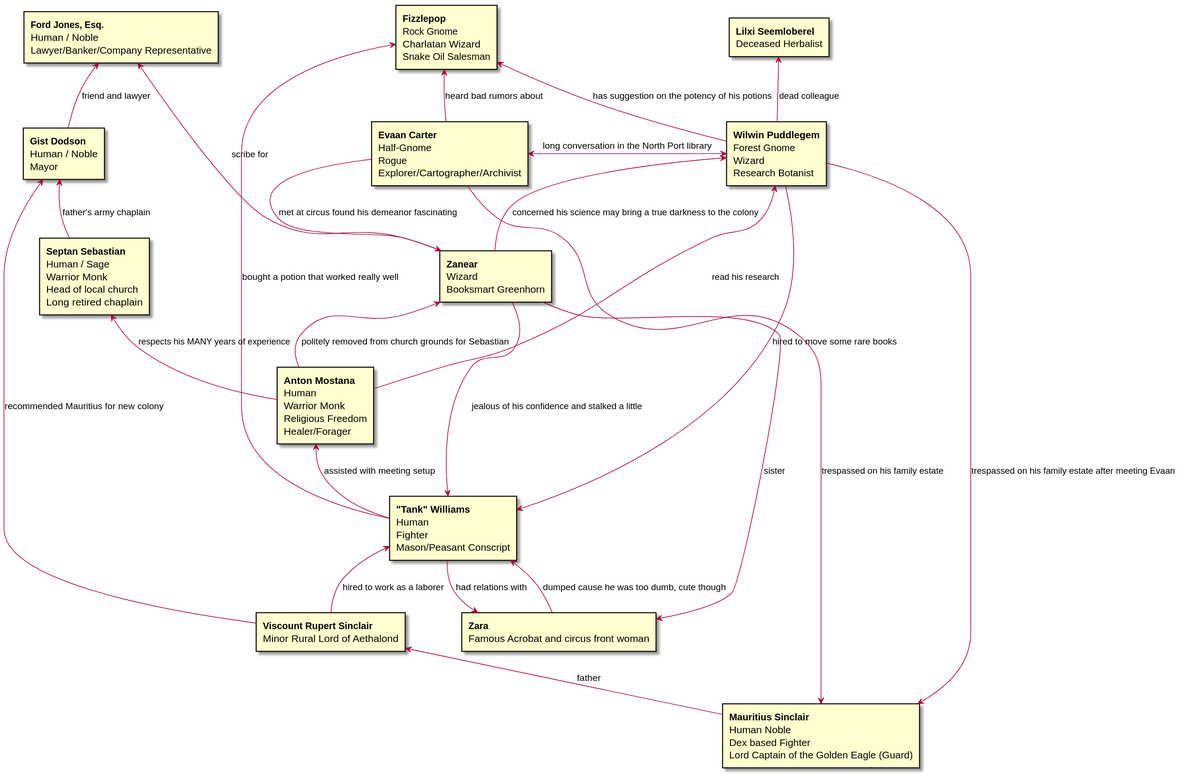
The PlantUML diagram dnd-5e-dodson-2026.svg in tedkotz/rpglog, before a commit.
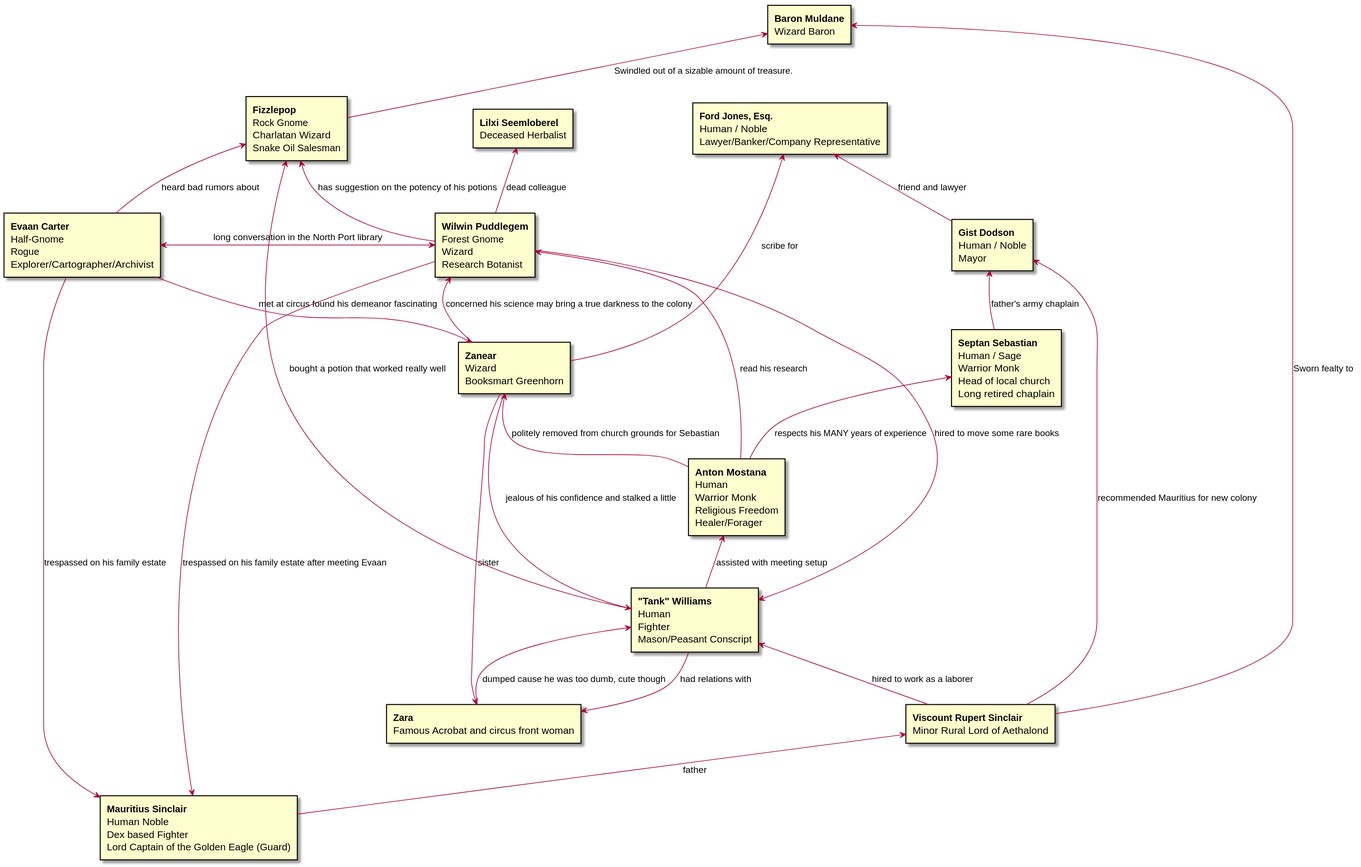
Later version of the same file.

What changed in the source:
```diff
@@ -85,6 +85,10 @@
 Deceased Herbalist
 ]
 
+rectangle enemy [
+**Baron Muldane**
+Wizard Baron
+]
 
 lawyer <-- rob : scribe for
 mayor <-- septan : father's army chaplain
@@ -109,6 +113,7 @@
 lordfather <-- aaron : father
 jim <-- lordfather : hired to work as a laborer
 mayor <-- lordfather : recommended Mauritius for new colony
-
+enemy <-- calvin : Swindled out of a sizable amount of treasure.
+enemy <-- lordfather : Sworn fealty to
 lawyer <-- mayor : friend and lawyer
 @enduml
```
